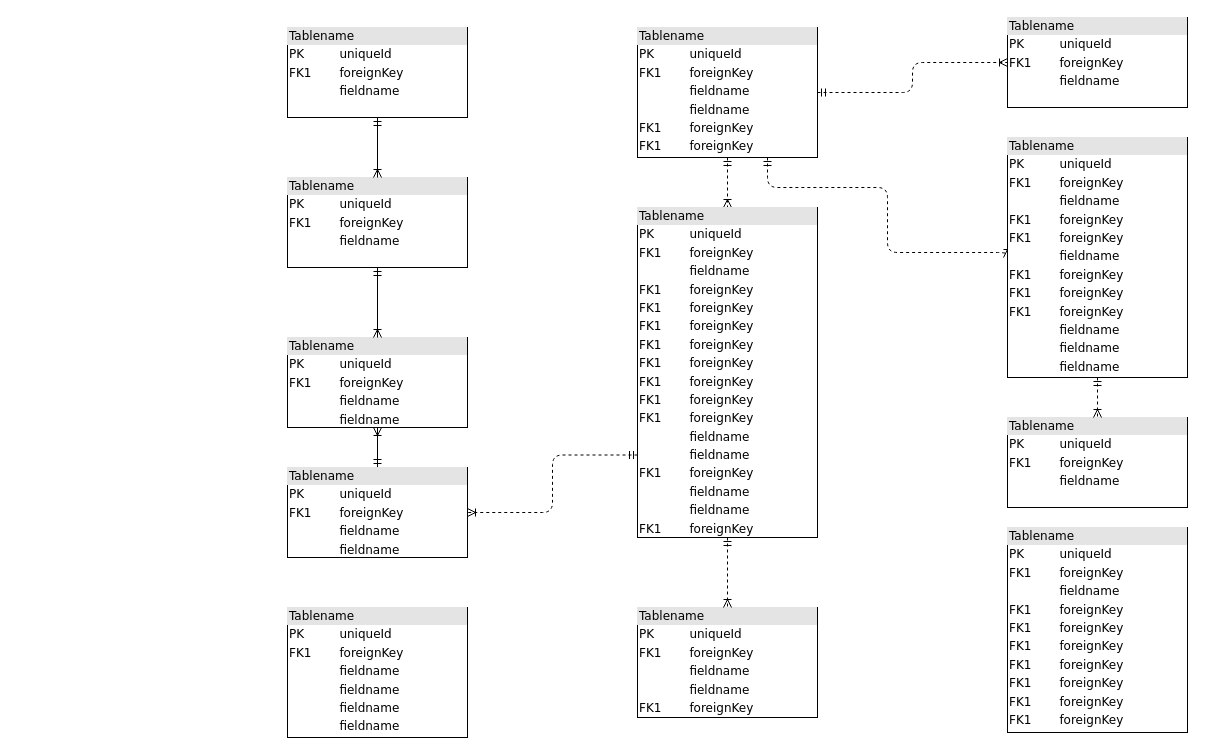
Before: Untitled Diagram.drawio in aslakhellesoy/unpredictabletank, a draw.io diagram. Source tidied: cells renumbered, new cells numbered last; positions are measured from the earlier drawing's top-left corner, leaving out a move shared by most shapes. Both pictures are drawn from the tidied source at 100%, with x=0, y=0 at pixel (287, 17).
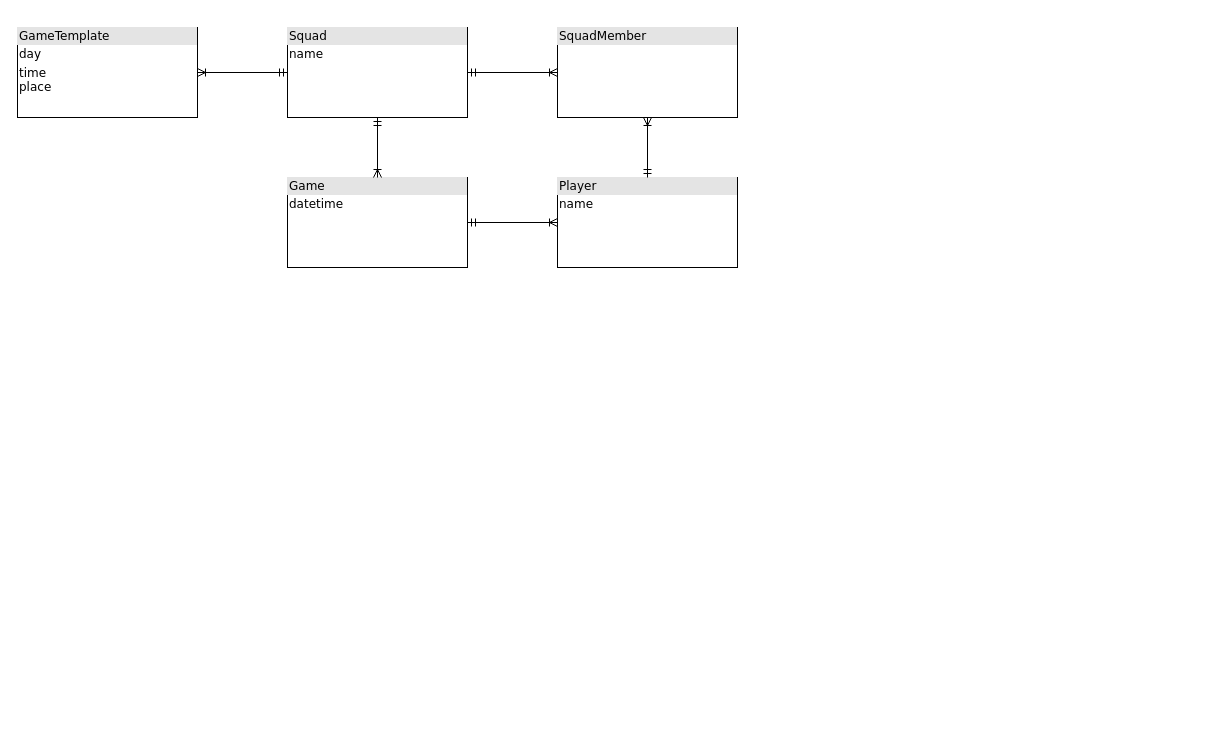
Above is the later version.

The edit, as a diff of the source:
```diff
@@
-    <mxCell id="2" value="&lt;div style=&quot;box-sizing:border-box;width:100%;background:#e4e4e4;padding:2px;&quot;&gt;Tablename&lt;/div&gt;&lt;table style=&quot;width:100%;font-size:1em;&quot; cellpadding=&quot;2&quot; cellspacing=&quot;0&quot;&gt;&lt;tr&gt;&lt;td&gt;PK&lt;/td&gt;&lt;td&gt;uniqueId&lt;/td&gt;&lt;/tr&gt;&lt;tr&gt;&lt;td&gt;FK1&lt;/td&gt;&lt;td&gt;foreignKey&lt;/td&gt;&lt;/tr&gt;&lt;tr&gt;&lt;td&gt;&lt;/td&gt;&lt;td&gt;fieldname&lt;/td&gt;&lt;/tr&gt;&lt;/table&gt;" style="verticalAlign=top;align=left;overflow=fill;html=1;rounded=0;shadow=0;comic=0;labelBackgroundColor=none;strokeWidth=1;fontFamily=Verdana;fontSize=12;" parent="1" vertex="1">
+    <mxCell id="2" value="&lt;div style=&quot;box-sizing: border-box ; width: 100% ; background: #e4e4e4 ; padding: 2px&quot;&gt;Squad&lt;/div&gt;&lt;table style=&quot;width: 100% ; font-size: 1em&quot; cellspacing=&quot;0&quot; cellpadding=&quot;2&quot;&gt;&lt;tbody&gt;&lt;tr&gt;&lt;td&gt;name&lt;br&gt;&lt;br&gt;&lt;/td&gt;&lt;td&gt;&lt;br&gt;&lt;/td&gt;&lt;/tr&gt;&lt;tr&gt;&lt;td&gt;&lt;br&gt;&lt;/td&gt;&lt;td&gt;&lt;br&gt;&lt;/td&gt;&lt;/tr&gt;&lt;tr&gt;&lt;td&gt;&lt;br&gt;&lt;/td&gt;&lt;td&gt;&lt;br&gt;&lt;/td&gt;&lt;/tr&gt;&lt;/tbody&gt;&lt;/table&gt;" style="verticalAlign=top;align=left;overflow=fill;html=1;rounded=0;shadow=0;comic=0;labelBackgroundColor=none;strokeWidth=1;fontFamily=Verdana;fontSize=12;" parent="1" vertex="1">
       <mxGeometry y="10" width="180" height="90" as="geometry" />
     </mxCell>
-    <mxCell id="3" style="edgeStyle=orthogonalEdgeStyle;html=1;entryX=0.5;entryY=0;dashed=1;labelBackgroundColor=none;startArrow=ERmandOne;endArrow=ERoneToMany;fontFamily=Verdana;fontSize=12;align=left;" parent="1" edge="1" source="6" target="16">
-      <mxGeometry relative="1" as="geometry" />
+    <mxCell id="3" style="edgeStyle=orthogonalEdgeStyle;html=1;entryX=0.5;entryY=0;dashed=1;labelBackgroundColor=none;startArrow=ERmandOne;endArrow=ERoneToMany;fontFamily=Verdana;fontSize=12;align=left;" parent="1" edge="1">
+      <mxGeometry relative="1" as="geometry">
+        <mxPoint x="350" y="100" as="sourcePoint" />
+      </mxGeometry>
     </mxCell>
-    <mxCell id="4" style="edgeStyle=orthogonalEdgeStyle;html=1;dashed=1;labelBackgroundColor=none;startArrow=ERmandOne;endArrow=ERoneToMany;fontFamily=Verdana;fontSize=12;align=left;entryX=0;entryY=0.5;" parent="1" edge="1" source="6" target="19">
-      <mxGeometry relative="1" as="geometry">
-        <Array as="points">
-          <mxPoint x="480" y="170" />
-          <mxPoint x="600" y="170" />
-          <mxPoint x="600" y="235" />
-        </Array>
-      </mxGeometry>
-    </mxCell>
-    <mxCell id="5" style="edgeStyle=orthogonalEdgeStyle;html=1;dashed=1;labelBackgroundColor=none;startArrow=ERmandOne;endArrow=ERoneToMany;fontFamily=Verdana;fontSize=12;align=left;" parent="1" edge="1" source="6" target="20">
-      <mxGeometry relative="1" as="geometry" />
-    </mxCell>
-    <mxCell id="6" value="&lt;div style=&quot;box-sizing: border-box ; width: 100% ; background: #e4e4e4 ; padding: 2px&quot;&gt;Tablename&lt;/div&gt;&lt;table style=&quot;width: 100% ; font-size: 1em&quot; cellpadding=&quot;2&quot; cellspacing=&quot;0&quot;&gt;&lt;tbody&gt;&lt;tr&gt;&lt;td&gt;PK&lt;/td&gt;&lt;td&gt;uniqueId&lt;/td&gt;&lt;/tr&gt;&lt;tr&gt;&lt;td&gt;FK1&lt;/td&gt;&lt;td&gt;foreignKey&lt;/td&gt;&lt;/tr&gt;&lt;tr&gt;&lt;td&gt;&lt;/td&gt;&lt;td&gt;fieldname&lt;/td&gt;&lt;/tr&gt;&lt;tr&gt;&lt;td&gt;&lt;br&gt;&lt;/td&gt;&lt;td&gt;fieldname&lt;br&gt;&lt;/td&gt;&lt;/tr&gt;&lt;tr&gt;&lt;td&gt;FK1&lt;br&gt;&lt;/td&gt;&lt;td&gt;foreignKey&lt;br&gt;&lt;/td&gt;&lt;/tr&gt;&lt;tr&gt;&lt;td&gt;FK1&lt;br&gt;&lt;/td&gt;&lt;td&gt;foreignKey&lt;br&gt;&lt;/td&gt;&lt;/tr&gt;&lt;/tbody&gt;&lt;/table&gt;" style="verticalAlign=top;align=left;overflow=fill;html=1;rounded=0;shadow=0;comic=0;labelBackgroundColor=none;strokeWidth=1;fontFamily=Verdana;fontSize=12;" parent="1" vertex="1">
-      <mxGeometry x="350" y="10" width="180" height="130" as="geometry" />
-    </mxCell>
-    <mxCell id="7" style="edgeStyle=orthogonalEdgeStyle;html=1;labelBackgroundColor=none;startArrow=ERmandOne;endArrow=ERoneToMany;fontFamily=Verdana;fontSize=12;align=left;" parent="1" edge="1" source="9" target="10">
-      <mxGeometry relative="1" as="geometry" />
-    </mxCell>
-    <mxCell id="8" style="edgeStyle=orthogonalEdgeStyle;html=1;exitX=0;exitY=0.75;entryX=1;entryY=0.5;dashed=1;labelBackgroundColor=none;startArrow=ERmandOne;endArrow=ERoneToMany;fontFamily=Verdana;fontSize=12;align=left;" parent="1" edge="1" source="16" target="9">
-      <mxGeometry relative="1" as="geometry" />
-    </mxCell>
-    <mxCell id="9" value="&lt;div style=&quot;box-sizing: border-box ; width: 100% ; background: #e4e4e4 ; padding: 2px&quot;&gt;Tablename&lt;/div&gt;&lt;table style=&quot;width: 100% ; font-size: 1em&quot; cellpadding=&quot;2&quot; cellspacing=&quot;0&quot;&gt;&lt;tbody&gt;&lt;tr&gt;&lt;td&gt;PK&lt;/td&gt;&lt;td&gt;uniqueId&lt;/td&gt;&lt;/tr&gt;&lt;tr&gt;&lt;td&gt;FK1&lt;/td&gt;&lt;td&gt;foreignKey&lt;/td&gt;&lt;/tr&gt;&lt;tr&gt;&lt;td&gt;&lt;/td&gt;&lt;td&gt;fieldname&lt;/td&gt;&lt;/tr&gt;&lt;tr&gt;&lt;td&gt;&lt;br&gt;&lt;/td&gt;&lt;td&gt;fieldname&lt;br&gt;&lt;/td&gt;&lt;/tr&gt;&lt;/tbody&gt;&lt;/table&gt;" style="verticalAlign=top;align=left;overflow=fill;html=1;rounded=0;shadow=0;comic=0;labelBackgroundColor=none;strokeWidth=1;fontFamily=Verdana;fontSize=12;" parent="1" vertex="1">
-      <mxGeometry y="450" width="180" height="90" as="geometry" />
-    </mxCell>
-    <mxCell id="10" value="&lt;div style=&quot;box-sizing: border-box ; width: 100% ; background: #e4e4e4 ; padding: 2px&quot;&gt;Tablename&lt;/div&gt;&lt;table style=&quot;width: 100% ; font-size: 1em&quot; cellpadding=&quot;2&quot; cellspacing=&quot;0&quot;&gt;&lt;tbody&gt;&lt;tr&gt;&lt;td&gt;PK&lt;/td&gt;&lt;td&gt;uniqueId&lt;/td&gt;&lt;/tr&gt;&lt;tr&gt;&lt;td&gt;FK1&lt;/td&gt;&lt;td&gt;foreignKey&lt;/td&gt;&lt;/tr&gt;&lt;tr&gt;&lt;td&gt;&lt;/td&gt;&lt;td&gt;fieldname&lt;/td&gt;&lt;/tr&gt;&lt;tr&gt;&lt;td&gt;&lt;br&gt;&lt;/td&gt;&lt;td&gt;fieldname&lt;br&gt;&lt;/td&gt;&lt;/tr&gt;&lt;/tbody&gt;&lt;/table&gt;" style="verticalAlign=top;align=left;overflow=fill;html=1;rounded=0;shadow=0;comic=0;labelBackgroundColor=none;strokeWidth=1;fontFamily=Verdana;fontSize=12;" parent="1" vertex="1">
-      <mxGeometry y="320" width="180" height="90" as="geometry" />
-    </mxCell>
-    <mxCell id="11" style="edgeStyle=orthogonalEdgeStyle;html=1;entryX=0.5;entryY=0;labelBackgroundColor=none;startArrow=ERmandOne;endArrow=ERoneToMany;fontFamily=Verdana;fontSize=12;align=left;" parent="1" edge="1" source="12" target="10">
-      <mxGeometry relative="1" as="geometry" />
-    </mxCell>
-    <mxCell id="12" value="&lt;div style=&quot;box-sizing:border-box;width:100%;background:#e4e4e4;padding:2px;&quot;&gt;Tablename&lt;/div&gt;&lt;table style=&quot;width:100%;font-size:1em;&quot; cellpadding=&quot;2&quot; cellspacing=&quot;0&quot;&gt;&lt;tr&gt;&lt;td&gt;PK&lt;/td&gt;&lt;td&gt;uniqueId&lt;/td&gt;&lt;/tr&gt;&lt;tr&gt;&lt;td&gt;FK1&lt;/td&gt;&lt;td&gt;foreignKey&lt;/td&gt;&lt;/tr&gt;&lt;tr&gt;&lt;td&gt;&lt;/td&gt;&lt;td&gt;fieldname&lt;/td&gt;&lt;/tr&gt;&lt;/table&gt;" style="verticalAlign=top;align=left;overflow=fill;html=1;rounded=0;shadow=0;comic=0;labelBackgroundColor=none;strokeWidth=1;fontFamily=Verdana;fontSize=12;" parent="1" vertex="1">
+    <mxCell id="12" value="&lt;div style=&quot;box-sizing: border-box ; width: 100% ; background: #e4e4e4 ; padding: 2px&quot;&gt;Game&lt;/div&gt;&lt;table style=&quot;width: 100% ; font-size: 1em&quot; cellspacing=&quot;0&quot; cellpadding=&quot;2&quot;&gt;&lt;tbody&gt;&lt;tr&gt;&lt;td&gt;datetime&lt;/td&gt;&lt;td&gt;&lt;br&gt;&lt;/td&gt;&lt;/tr&gt;&lt;tr&gt;&lt;td&gt;&lt;br&gt;&lt;/td&gt;&lt;td&gt;&lt;br&gt;&lt;/td&gt;&lt;/tr&gt;&lt;tr&gt;&lt;td&gt;&lt;br&gt;&lt;/td&gt;&lt;td&gt;&lt;br&gt;&lt;/td&gt;&lt;/tr&gt;&lt;/tbody&gt;&lt;/table&gt;" style="verticalAlign=top;align=left;overflow=fill;html=1;rounded=0;shadow=0;comic=0;labelBackgroundColor=none;strokeWidth=1;fontFamily=Verdana;fontSize=12;" parent="1" vertex="1">
       <mxGeometry y="160" width="180" height="90" as="geometry" />
     </mxCell>
-    <mxCell id="13" value="&lt;div style=&quot;box-sizing: border-box ; width: 100% ; background: #e4e4e4 ; padding: 2px&quot;&gt;Tablename&lt;/div&gt;&lt;table style=&quot;width: 100% ; font-size: 1em&quot; cellpadding=&quot;2&quot; cellspacing=&quot;0&quot;&gt;&lt;tbody&gt;&lt;tr&gt;&lt;td&gt;PK&lt;/td&gt;&lt;td&gt;uniqueId&lt;/td&gt;&lt;/tr&gt;&lt;tr&gt;&lt;td&gt;FK1&lt;/td&gt;&lt;td&gt;foreignKey&lt;/td&gt;&lt;/tr&gt;&lt;tr&gt;&lt;td&gt;&lt;/td&gt;&lt;td&gt;fieldname&lt;/td&gt;&lt;/tr&gt;&lt;tr&gt;&lt;td&gt;FK1&lt;br&gt;&lt;/td&gt;&lt;td&gt;foreignKey&lt;br&gt;&lt;/td&gt;&lt;/tr&gt;&lt;tr&gt;&lt;td&gt;FK1&lt;br&gt;&lt;/td&gt;&lt;td&gt;foreignKey&lt;br&gt;&lt;/td&gt;&lt;/tr&gt;&lt;tr&gt;&lt;td&gt;FK1&lt;br&gt;&lt;/td&gt;&lt;td&gt;foreignKey&lt;br&gt;&lt;/td&gt;&lt;/tr&gt;&lt;tr&gt;&lt;td&gt;FK1&lt;br&gt;&lt;/td&gt;&lt;td&gt;foreignKey&lt;br&gt;&lt;/td&gt;&lt;/tr&gt;&lt;tr&gt;&lt;td&gt;FK1&lt;br&gt;&lt;/td&gt;&lt;td&gt;foreignKey&lt;br&gt;&lt;/td&gt;&lt;/tr&gt;&lt;tr&gt;&lt;td&gt;FK1&lt;br&gt;&lt;/td&gt;&lt;td&gt;foreignKey&lt;br&gt;&lt;/td&gt;&lt;/tr&gt;&lt;tr&gt;&lt;td&gt;FK1&lt;br&gt;&lt;/td&gt;&lt;td&gt;foreignKey&lt;br&gt;&lt;/td&gt;&lt;/tr&gt;&lt;/tbody&gt;&lt;/table&gt;" style="verticalAlign=top;align=left;overflow=fill;html=1;rounded=0;shadow=0;comic=0;labelBackgroundColor=none;strokeWidth=1;fontFamily=Verdana;fontSize=12;" parent="1" vertex="1">
-      <mxGeometry x="720" y="510" width="180" height="205" as="geometry" />
-    </mxCell>
-    <mxCell id="14" value="&lt;div style=&quot;box-sizing: border-box ; width: 100% ; background: #e4e4e4 ; padding: 2px&quot;&gt;Tablename&lt;/div&gt;&lt;table style=&quot;width: 100% ; font-size: 1em&quot; cellpadding=&quot;2&quot; cellspacing=&quot;0&quot;&gt;&lt;tbody&gt;&lt;tr&gt;&lt;td&gt;PK&lt;/td&gt;&lt;td&gt;uniqueId&lt;/td&gt;&lt;/tr&gt;&lt;tr&gt;&lt;td&gt;FK1&lt;/td&gt;&lt;td&gt;foreignKey&lt;/td&gt;&lt;/tr&gt;&lt;tr&gt;&lt;td&gt;&lt;/td&gt;&lt;td&gt;fieldname&lt;/td&gt;&lt;/tr&gt;&lt;tr&gt;&lt;td&gt;&lt;br&gt;&lt;/td&gt;&lt;td&gt;fieldname&lt;br&gt;&lt;/td&gt;&lt;/tr&gt;&lt;tr&gt;&lt;td&gt;FK1&lt;br&gt;&lt;/td&gt;&lt;td&gt;foreignKey&lt;br&gt;&lt;/td&gt;&lt;/tr&gt;&lt;/tbody&gt;&lt;/table&gt;" style="verticalAlign=top;align=left;overflow=fill;html=1;rounded=0;shadow=0;comic=0;labelBackgroundColor=none;strokeWidth=1;fontFamily=Verdana;fontSize=12;" parent="1" vertex="1">
-      <mxGeometry x="350" y="590" width="180" height="110" as="geometry" />
-    </mxCell>
-    <mxCell id="15" style="edgeStyle=orthogonalEdgeStyle;html=1;entryX=0.5;entryY=0;labelBackgroundColor=none;startArrow=ERmandOne;endArrow=ERoneToMany;fontFamily=Verdana;fontSize=12;align=left;dashed=1;" parent="1" edge="1" source="16" target="14">
-      <mxGeometry relative="1" as="geometry" />
-    </mxCell>
-    <mxCell id="16" value="&lt;div style=&quot;box-sizing: border-box ; width: 100% ; background: #e4e4e4 ; padding: 2px&quot;&gt;Tablename&lt;/div&gt;&lt;table style=&quot;width: 100% ; font-size: 1em&quot; cellpadding=&quot;2&quot; cellspacing=&quot;0&quot;&gt;&lt;tbody&gt;&lt;tr&gt;&lt;td&gt;PK&lt;/td&gt;&lt;td&gt;uniqueId&lt;/td&gt;&lt;/tr&gt;&lt;tr&gt;&lt;td&gt;FK1&lt;/td&gt;&lt;td&gt;foreignKey&lt;/td&gt;&lt;/tr&gt;&lt;tr&gt;&lt;td&gt;&lt;/td&gt;&lt;td&gt;fieldname&lt;/td&gt;&lt;/tr&gt;&lt;tr&gt;&lt;td&gt;FK1&lt;br&gt;&lt;/td&gt;&lt;td&gt;foreignKey&lt;br&gt;&lt;/td&gt;&lt;/tr&gt;&lt;tr&gt;&lt;td&gt;FK1&lt;br&gt;&lt;/td&gt;&lt;td&gt;foreignKey&lt;br&gt;&lt;/td&gt;&lt;/tr&gt;&lt;tr&gt;&lt;td&gt;FK1&lt;br&gt;&lt;/td&gt;&lt;td&gt;foreignKey&lt;br&gt;&lt;/td&gt;&lt;/tr&gt;&lt;tr&gt;&lt;td&gt;FK1&lt;br&gt;&lt;/td&gt;&lt;td&gt;foreignKey&lt;br&gt;&lt;/td&gt;&lt;/tr&gt;&lt;tr&gt;&lt;td&gt;FK1&lt;br&gt;&lt;/td&gt;&lt;td&gt;foreignKey&lt;br&gt;&lt;/td&gt;&lt;/tr&gt;&lt;tr&gt;&lt;td&gt;FK1&lt;br&gt;&lt;/td&gt;&lt;td&gt;foreignKey&lt;br&gt;&lt;/td&gt;&lt;/tr&gt;&lt;tr&gt;&lt;td&gt;FK1&lt;br&gt;&lt;/td&gt;&lt;td&gt;foreignKey&lt;br&gt;&lt;/td&gt;&lt;/tr&gt;&lt;tr&gt;&lt;td&gt;FK1&lt;br&gt;&lt;/td&gt;&lt;td&gt;foreignKey&lt;br&gt;&lt;/td&gt;&lt;/tr&gt;&lt;tr&gt;&lt;td&gt;&lt;br&gt;&lt;/td&gt;&lt;td&gt;fieldname&lt;br&gt;&lt;/td&gt;&lt;/tr&gt;&lt;tr&gt;&lt;td&gt;&lt;br&gt;&lt;/td&gt;&lt;td&gt;fieldname&lt;br&gt;&lt;/td&gt;&lt;/tr&gt;&lt;tr&gt;&lt;td&gt;FK1&lt;br&gt;&lt;/td&gt;&lt;td&gt;foreignKey&lt;br&gt;&lt;/td&gt;&lt;/tr&gt;&lt;tr&gt;&lt;td&gt;&lt;br&gt;&lt;/td&gt;&lt;td&gt;fieldname&lt;br&gt;&lt;/td&gt;&lt;/tr&gt;&lt;tr&gt;&lt;td&gt;&lt;br&gt;&lt;/td&gt;&lt;td&gt;fieldname&lt;br&gt;&lt;/td&gt;&lt;/tr&gt;&lt;tr&gt;&lt;td&gt;FK1&lt;br&gt;&lt;/td&gt;&lt;td&gt;foreignKey&lt;br&gt;&lt;/td&gt;&lt;/tr&gt;&lt;/tbody&gt;&lt;/table&gt;" style="verticalAlign=top;align=left;overflow=fill;html=1;rounded=0;shadow=0;comic=0;labelBackgroundColor=none;strokeWidth=1;fontFamily=Verdana;fontSize=12;" parent="1" vertex="1">
-      <mxGeometry x="350" y="190" width="180" height="330" as="geometry" />
-    </mxCell>
-    <mxCell id="17" value="&lt;div style=&quot;box-sizing:border-box;width:100%;background:#e4e4e4;padding:2px;&quot;&gt;Tablename&lt;/div&gt;&lt;table style=&quot;width:100%;font-size:1em;&quot; cellpadding=&quot;2&quot; cellspacing=&quot;0&quot;&gt;&lt;tr&gt;&lt;td&gt;PK&lt;/td&gt;&lt;td&gt;uniqueId&lt;/td&gt;&lt;/tr&gt;&lt;tr&gt;&lt;td&gt;FK1&lt;/td&gt;&lt;td&gt;foreignKey&lt;/td&gt;&lt;/tr&gt;&lt;tr&gt;&lt;td&gt;&lt;/td&gt;&lt;td&gt;fieldname&lt;/td&gt;&lt;/tr&gt;&lt;/table&gt;" style="verticalAlign=top;align=left;overflow=fill;html=1;rounded=0;shadow=0;comic=0;labelBackgroundColor=none;strokeWidth=1;fontFamily=Verdana;fontSize=12;" parent="1" vertex="1">
-      <mxGeometry x="720" y="400" width="180" height="90" as="geometry" />
-    </mxCell>
-    <mxCell id="18" style="edgeStyle=orthogonalEdgeStyle;html=1;entryX=0.5;entryY=0;dashed=1;labelBackgroundColor=none;startArrow=ERmandOne;endArrow=ERoneToMany;fontFamily=Verdana;fontSize=12;align=left;" parent="1" edge="1" source="19" target="17">
-      <mxGeometry relative="1" as="geometry" />
+    <mxCell id="18" style="edgeStyle=orthogonalEdgeStyle;html=1;entryX=0.5;entryY=0;dashed=1;labelBackgroundColor=none;startArrow=ERmandOne;endArrow=ERoneToMany;fontFamily=Verdana;fontSize=12;align=left;" parent="1" edge="1">
+      <mxGeometry relative="1" as="geometry">
+        <mxPoint x="540" y="320" as="sourcePoint" />
+      </mxGeometry>
     </mxCell>
-    <mxCell id="19" value="&lt;div style=&quot;box-sizing: border-box ; width: 100% ; background: #e4e4e4 ; padding: 2px&quot;&gt;Tablename&lt;/div&gt;&lt;table style=&quot;width: 100% ; font-size: 1em&quot; cellpadding=&quot;2&quot; cellspacing=&quot;0&quot;&gt;&lt;tbody&gt;&lt;tr&gt;&lt;td&gt;PK&lt;/td&gt;&lt;td&gt;uniqueId&lt;/td&gt;&lt;/tr&gt;&lt;tr&gt;&lt;td&gt;FK1&lt;/td&gt;&lt;td&gt;foreignKey&lt;/td&gt;&lt;/tr&gt;&lt;tr&gt;&lt;td&gt;&lt;/td&gt;&lt;td&gt;fieldname&lt;/td&gt;&lt;/tr&gt;&lt;tr&gt;&lt;td&gt;FK1&lt;br&gt;&lt;/td&gt;&lt;td&gt;foreignKey&lt;br&gt;&lt;/td&gt;&lt;/tr&gt;&lt;tr&gt;&lt;td&gt;FK1&lt;br&gt;&lt;/td&gt;&lt;td&gt;foreignKey&lt;br&gt;&lt;/td&gt;&lt;/tr&gt;&lt;tr&gt;&lt;td&gt;&lt;br&gt;&lt;/td&gt;&lt;td&gt;fieldname&lt;br&gt;&lt;/td&gt;&lt;/tr&gt;&lt;tr&gt;&lt;td&gt;FK1&lt;br&gt;&lt;/td&gt;&lt;td&gt;foreignKey&lt;br&gt;&lt;/td&gt;&lt;/tr&gt;&lt;tr&gt;&lt;td&gt;FK1&lt;br&gt;&lt;/td&gt;&lt;td&gt;foreignKey&lt;br&gt;&lt;/td&gt;&lt;/tr&gt;&lt;tr&gt;&lt;td&gt;FK1&lt;br&gt;&lt;/td&gt;&lt;td&gt;foreignKey&lt;br&gt;&lt;/td&gt;&lt;/tr&gt;&lt;tr&gt;&lt;td&gt;&lt;br&gt;&lt;/td&gt;&lt;td&gt;fieldname&lt;br&gt;&lt;/td&gt;&lt;/tr&gt;&lt;tr&gt;&lt;td&gt;&lt;br&gt;&lt;/td&gt;&lt;td&gt;fieldname&lt;br&gt;&lt;/td&gt;&lt;/tr&gt;&lt;tr&gt;&lt;td&gt;&lt;br&gt;&lt;/td&gt;&lt;td&gt;fieldname&lt;br&gt;&lt;/td&gt;&lt;/tr&gt;&lt;/tbody&gt;&lt;/table&gt;" style="verticalAlign=top;align=left;overflow=fill;html=1;rounded=0;shadow=0;comic=0;labelBackgroundColor=none;strokeWidth=1;fontFamily=Verdana;fontSize=12;" parent="1" vertex="1">
-      <mxGeometry x="720" y="120" width="180" height="240" as="geometry" />
-    </mxCell>
-    <mxCell id="20" value="&lt;div style=&quot;box-sizing:border-box;width:100%;background:#e4e4e4;padding:2px;&quot;&gt;Tablename&lt;/div&gt;&lt;table style=&quot;width:100%;font-size:1em;&quot; cellpadding=&quot;2&quot; cellspacing=&quot;0&quot;&gt;&lt;tr&gt;&lt;td&gt;PK&lt;/td&gt;&lt;td&gt;uniqueId&lt;/td&gt;&lt;/tr&gt;&lt;tr&gt;&lt;td&gt;FK1&lt;/td&gt;&lt;td&gt;foreignKey&lt;/td&gt;&lt;/tr&gt;&lt;tr&gt;&lt;td&gt;&lt;/td&gt;&lt;td&gt;fieldname&lt;/td&gt;&lt;/tr&gt;&lt;/table&gt;" style="verticalAlign=top;align=left;overflow=fill;html=1;rounded=0;shadow=0;comic=0;labelBackgroundColor=none;strokeWidth=1;fontFamily=Verdana;fontSize=12;" parent="1" vertex="1">
-      <mxGeometry x="720" width="180" height="90" as="geometry" />
-    </mxCell>
-    <mxCell id="21" value="&lt;div style=&quot;box-sizing: border-box ; width: 100% ; background: #e4e4e4 ; padding: 2px&quot;&gt;Tablename&lt;/div&gt;&lt;table style=&quot;width: 100% ; font-size: 1em&quot; cellpadding=&quot;2&quot; cellspacing=&quot;0&quot;&gt;&lt;tbody&gt;&lt;tr&gt;&lt;td&gt;PK&lt;/td&gt;&lt;td&gt;uniqueId&lt;/td&gt;&lt;/tr&gt;&lt;tr&gt;&lt;td&gt;FK1&lt;/td&gt;&lt;td&gt;foreignKey&lt;/td&gt;&lt;/tr&gt;&lt;tr&gt;&lt;td&gt;&lt;/td&gt;&lt;td&gt;fieldname&lt;/td&gt;&lt;/tr&gt;&lt;tr&gt;&lt;td&gt;&lt;br&gt;&lt;/td&gt;&lt;td&gt;fieldname&lt;br&gt;&lt;/td&gt;&lt;/tr&gt;&lt;tr&gt;&lt;td&gt;&lt;br&gt;&lt;/td&gt;&lt;td&gt;fieldname&lt;br&gt;&lt;/td&gt;&lt;/tr&gt;&lt;tr&gt;&lt;td&gt;&lt;br&gt;&lt;/td&gt;&lt;td&gt;fieldname&lt;br&gt;&lt;/td&gt;&lt;/tr&gt;&lt;/tbody&gt;&lt;/table&gt;" style="verticalAlign=top;align=left;overflow=fill;html=1;rounded=0;shadow=0;comic=0;labelBackgroundColor=none;strokeWidth=1;fontFamily=Verdana;fontSize=12;" parent="1" vertex="1">
-      <mxGeometry y="590" width="180" height="130" as="geometry" />
-    </mxCell>
-    <mxCell id="22" style="edgeStyle=orthogonalEdgeStyle;html=1;endArrow=ERoneToMany;startArrow=ERmandOne;labelBackgroundColor=none;fontFamily=Verdana;fontSize=12;align=left;exitX=0.5;exitY=1;entryX=0.5;entryY=0;" parent="1" edge="1" source="2" target="12">
+    <mxCell id="22" style="edgeStyle=orthogonalEdgeStyle;html=1;endArrow=ERoneToMany;startArrow=ERmandOne;labelBackgroundColor=none;fontFamily=Verdana;fontSize=12;align=left;" parent="1" edge="1" source="2" target="12">
       <mxGeometry relative="1" as="geometry" />
     </mxCell>
+    <mxCell id="23" value="&lt;div style=&quot;box-sizing: border-box ; width: 100% ; background: #e4e4e4 ; padding: 2px&quot;&gt;SquadMember&lt;/div&gt;&lt;table style=&quot;width: 100% ; font-size: 1em&quot; cellspacing=&quot;0&quot; cellpadding=&quot;2&quot;&gt;&lt;tbody&gt;&lt;tr&gt;&lt;td&gt;&lt;br&gt;&lt;/td&gt;&lt;td&gt;&lt;br&gt;&lt;/td&gt;&lt;/tr&gt;&lt;tr&gt;&lt;td&gt;&lt;br&gt;&lt;/td&gt;&lt;td&gt;&lt;br&gt;&lt;/td&gt;&lt;/tr&gt;&lt;tr&gt;&lt;td&gt;&lt;br&gt;&lt;/td&gt;&lt;td&gt;&lt;br&gt;&lt;/td&gt;&lt;/tr&gt;&lt;/tbody&gt;&lt;/table&gt;" style="verticalAlign=top;align=left;overflow=fill;html=1;rounded=0;shadow=0;comic=0;labelBackgroundColor=none;strokeWidth=1;fontFamily=Verdana;fontSize=12;" parent="1" vertex="1">
+      <mxGeometry x="270" y="10" width="180" height="90" as="geometry" />
+    </mxCell>
+    <mxCell id="24" style="edgeStyle=orthogonalEdgeStyle;html=1;endArrow=ERoneToMany;startArrow=ERmandOne;labelBackgroundColor=none;fontFamily=Verdana;fontSize=12;align=left;exitX=1;exitY=0.5;entryX=0;entryY=0.5;exitDx=0;exitDy=0;entryDx=0;entryDy=0;" parent="1" edge="1" source="2" target="23">
+      <mxGeometry relative="1" as="geometry" />
+    </mxCell>
+    <mxCell id="25" value="&lt;div style=&quot;box-sizing: border-box ; width: 100% ; background: #e4e4e4 ; padding: 2px&quot;&gt;Player&lt;/div&gt;&lt;table style=&quot;width: 100% ; font-size: 1em&quot; cellspacing=&quot;0&quot; cellpadding=&quot;2&quot;&gt;&lt;tbody&gt;&lt;tr&gt;&lt;td&gt;name&lt;/td&gt;&lt;td&gt;&lt;br&gt;&lt;/td&gt;&lt;/tr&gt;&lt;tr&gt;&lt;td&gt;&lt;br&gt;&lt;/td&gt;&lt;td&gt;&lt;br&gt;&lt;/td&gt;&lt;/tr&gt;&lt;tr&gt;&lt;td&gt;&lt;br&gt;&lt;/td&gt;&lt;td&gt;&lt;br&gt;&lt;/td&gt;&lt;/tr&gt;&lt;/tbody&gt;&lt;/table&gt;" style="verticalAlign=top;align=left;overflow=fill;html=1;rounded=0;shadow=0;comic=0;labelBackgroundColor=none;strokeWidth=1;fontFamily=Verdana;fontSize=12;" parent="1" vertex="1">
+      <mxGeometry x="270" y="160" width="180" height="90" as="geometry" />
+    </mxCell>
+    <mxCell id="26" style="edgeStyle=orthogonalEdgeStyle;html=1;endArrow=ERoneToMany;startArrow=ERmandOne;labelBackgroundColor=none;fontFamily=Verdana;fontSize=12;align=left;exitX=0.5;exitY=0;entryX=0.5;entryY=1;exitDx=0;exitDy=0;entryDx=0;entryDy=0;" parent="1" edge="1" source="25" target="23">
+      <mxGeometry relative="1" as="geometry" />
+    </mxCell>
+    <mxCell id="27" value="&lt;div style=&quot;box-sizing: border-box ; width: 100% ; background: #e4e4e4 ; padding: 2px&quot;&gt;GameTemplate&lt;/div&gt;&lt;table style=&quot;width: 100% ; font-size: 1em&quot; cellspacing=&quot;0&quot; cellpadding=&quot;2&quot;&gt;&lt;tbody&gt;&lt;tr&gt;&lt;td&gt;day&lt;/td&gt;&lt;td&gt;&lt;br&gt;&lt;/td&gt;&lt;/tr&gt;&lt;tr&gt;&lt;td&gt;time&lt;br&gt;place&lt;br&gt;&lt;/td&gt;&lt;td&gt;&lt;br&gt;&lt;/td&gt;&lt;/tr&gt;&lt;tr&gt;&lt;td&gt;&lt;br&gt;&lt;/td&gt;&lt;td&gt;&lt;br&gt;&lt;/td&gt;&lt;/tr&gt;&lt;/tbody&gt;&lt;/table&gt;" style="verticalAlign=top;align=left;overflow=fill;html=1;rounded=0;shadow=0;comic=0;labelBackgroundColor=none;strokeWidth=1;fontFamily=Verdana;fontSize=12;" parent="1" vertex="1">
+      <mxGeometry x="-270" y="10" width="180" height="90" as="geometry" />
+    </mxCell>
+    <mxCell id="28" style="edgeStyle=orthogonalEdgeStyle;html=1;endArrow=ERoneToMany;startArrow=ERmandOne;labelBackgroundColor=none;fontFamily=Verdana;fontSize=12;align=left;" parent="1" edge="1" source="2" target="27">
+      <mxGeometry relative="1" as="geometry" />
+    </mxCell>
+    <mxCell id="29" style="edgeStyle=orthogonalEdgeStyle;html=1;endArrow=ERoneToMany;startArrow=ERmandOne;labelBackgroundColor=none;fontFamily=Verdana;fontSize=12;align=left;" parent="1" edge="1" source="12" target="25">
+      <mxGeometry relative="1" as="geometry" />
+    </mxCell>
```
